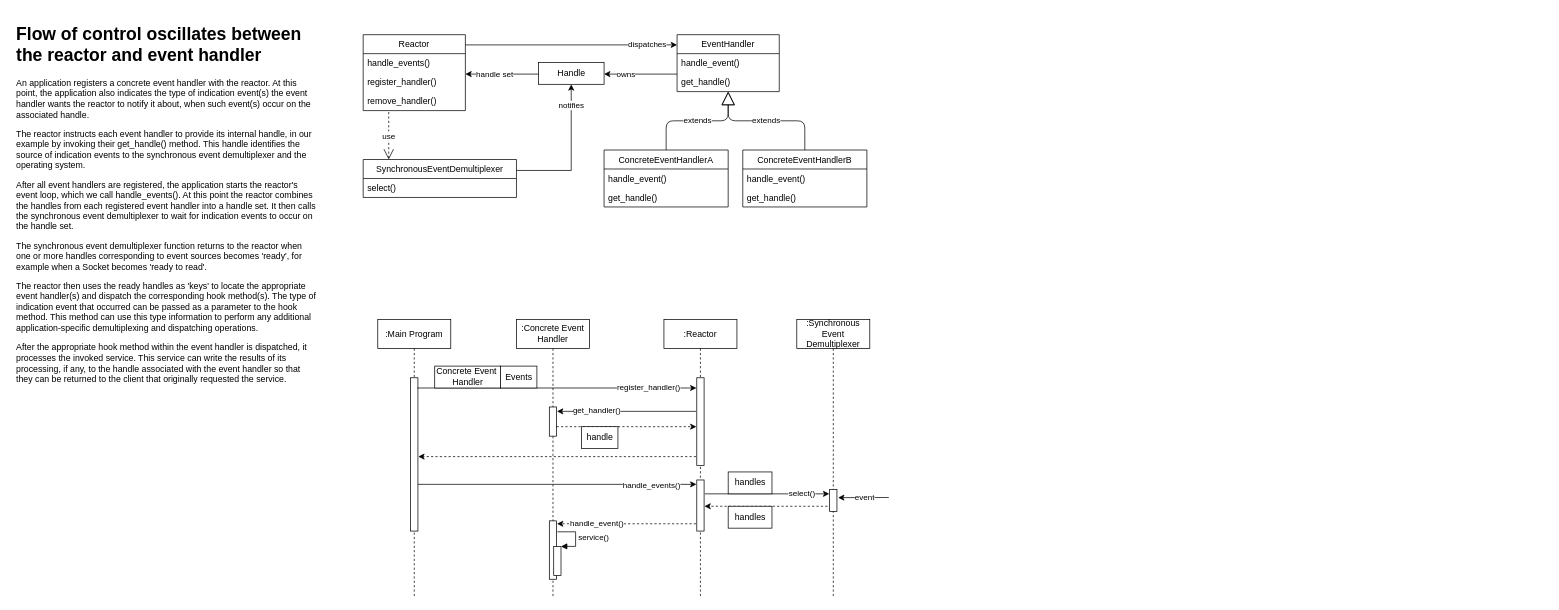
This is computer_network/network_programming/high_concurrency/patterns/event_demultiplexing_pattern/Reactor/reactor.drawio from popany/notes, a draw.io file, before an edit. Source tidied: cells renumbered, new cells numbered last; positions are measured from the earlier drawing's top-left corner, leaving out a move shared by most shapes. Both pictures are drawn from the tidied source at 73%, with x=0, y=0 at pixel (12, 20).
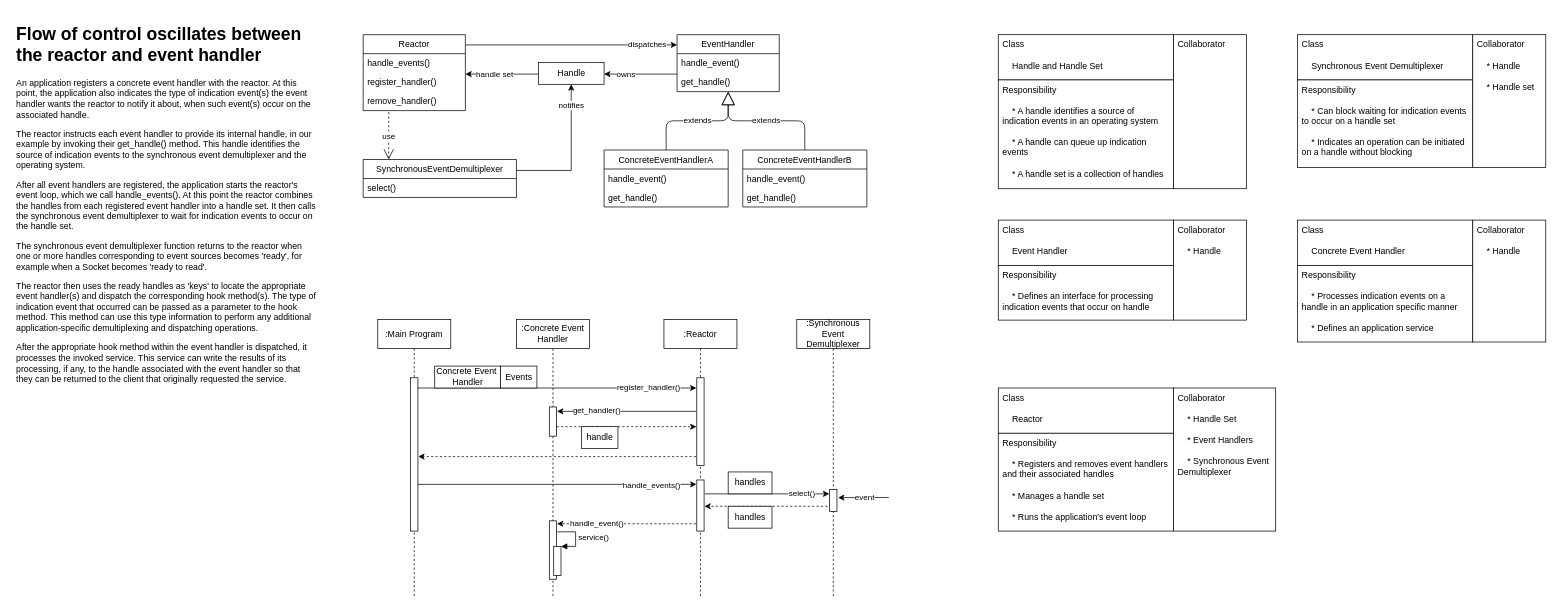
After the change.

The edit, as a diff of the source:
```diff
@@
+    <mxCell id="60" value="Class&lt;br&gt;&lt;br&gt;&amp;nbsp; &amp;nbsp; Handle and Handle Set" style="html=1;align=left;verticalAlign=top;spacingLeft=4;spacingRight=4;" parent="1" vertex="1">
+      <mxGeometry x="1350" y="20" width="240" height="62" as="geometry" />
+    </mxCell>
+    <mxCell id="61" value="Responsibility&lt;br&gt;&lt;br&gt;&amp;nbsp; &amp;nbsp; * A handle identifies a source of&lt;br&gt;indication events in an operating system&lt;br&gt;&lt;br&gt;&amp;nbsp; &amp;nbsp; * A handle can queue up indication&lt;br&gt;events&lt;br&gt;&lt;br&gt;&amp;nbsp; &amp;nbsp; * A handle set is a collection of handles" style="html=1;align=left;verticalAlign=top;spacingLeft=4;spacingRight=4;" parent="1" vertex="1">
+      <mxGeometry x="1350" y="82" width="240" height="149" as="geometry" />
+    </mxCell>
+    <mxCell id="62" value="Collaborator" style="html=1;align=left;verticalAlign=top;spacingLeft=4;spacingRight=4;" parent="1" vertex="1">
+      <mxGeometry x="1590" y="20" width="100" height="211" as="geometry" />
+    </mxCell>
+    <mxCell id="63" value="Class&lt;br&gt;&lt;br&gt;&amp;nbsp; &amp;nbsp; Synchronous Event Demultiplexer" style="html=1;align=left;verticalAlign=top;spacingLeft=4;spacingRight=4;" parent="1" vertex="1">
+      <mxGeometry x="1760" y="20" width="240" height="62" as="geometry" />
+    </mxCell>
+    <mxCell id="64" value="Responsibility&lt;br&gt;&lt;br&gt;&amp;nbsp; &amp;nbsp; * Can block waiting for indication events&lt;br&gt;to occur on a handle set&lt;br&gt;&lt;br&gt;&amp;nbsp; &amp;nbsp; * Indicates an operation can be initiated&lt;br&gt;on a handle without blocking" style="html=1;align=left;verticalAlign=top;spacingLeft=4;spacingRight=4;" parent="1" vertex="1">
+      <mxGeometry x="1760" y="82" width="240" height="120" as="geometry" />
+    </mxCell>
+    <mxCell id="65" value="Collaborator&lt;br&gt;&lt;br&gt;&amp;nbsp; &amp;nbsp; * Handle&lt;br&gt;&lt;br&gt;&amp;nbsp; &amp;nbsp; * Handle set" style="html=1;align=left;verticalAlign=top;spacingLeft=4;spacingRight=4;" parent="1" vertex="1">
+      <mxGeometry x="2000" y="20" width="100" height="182" as="geometry" />
+    </mxCell>
+    <mxCell id="66" value="Class&lt;br&gt;&lt;br&gt;&amp;nbsp; &amp;nbsp; Event Handler" style="html=1;align=left;verticalAlign=top;spacingLeft=4;spacingRight=4;" parent="1" vertex="1">
+      <mxGeometry x="1350" y="274" width="240" height="62" as="geometry" />
+    </mxCell>
+    <mxCell id="67" value="Responsibility&lt;br&gt;&lt;br&gt;&amp;nbsp; &amp;nbsp; * Defines an interface for processing&amp;nbsp;&lt;br&gt;indication events that occur on handle" style="html=1;align=left;verticalAlign=top;spacingLeft=4;spacingRight=4;" parent="1" vertex="1">
+      <mxGeometry x="1350" y="336" width="240" height="75" as="geometry" />
+    </mxCell>
+    <mxCell id="68" value="Collaborator&lt;br&gt;&lt;br&gt;&amp;nbsp; &amp;nbsp; * Handle" style="html=1;align=left;verticalAlign=top;spacingLeft=4;spacingRight=4;" parent="1" vertex="1">
+      <mxGeometry x="1590" y="274" width="100" height="137" as="geometry" />
+    </mxCell>
+    <mxCell id="69" value="Class&lt;br&gt;&lt;br&gt;&amp;nbsp; &amp;nbsp; Concrete Event Handler" style="html=1;align=left;verticalAlign=top;spacingLeft=4;spacingRight=4;" parent="1" vertex="1">
+      <mxGeometry x="1760" y="274" width="240" height="62" as="geometry" />
+    </mxCell>
+    <mxCell id="70" value="Responsibility&lt;br&gt;&lt;br&gt;&amp;nbsp; &amp;nbsp; * Processes indication events on a&lt;br&gt;handle in an application specific manner&lt;br&gt;&lt;br&gt;&amp;nbsp; &amp;nbsp; * Defines an application service" style="html=1;align=left;verticalAlign=top;spacingLeft=4;spacingRight=4;" parent="1" vertex="1">
+      <mxGeometry x="1760" y="336" width="240" height="105" as="geometry" />
+    </mxCell>
+    <mxCell id="71" value="Collaborator&lt;br&gt;&lt;br&gt;&amp;nbsp; &amp;nbsp; * Handle" style="html=1;align=left;verticalAlign=top;spacingLeft=4;spacingRight=4;" parent="1" vertex="1">
+      <mxGeometry x="2000" y="274" width="100" height="167" as="geometry" />
+    </mxCell>
+    <mxCell id="72" value="Class&lt;br&gt;&lt;br&gt;&amp;nbsp; &amp;nbsp; Reactor" style="html=1;align=left;verticalAlign=top;spacingLeft=4;spacingRight=4;" parent="1" vertex="1">
+      <mxGeometry x="1350" y="504" width="240" height="62" as="geometry" />
+    </mxCell>
+    <mxCell id="73" value="Responsibility&lt;br&gt;&lt;br&gt;&amp;nbsp; &amp;nbsp; * Registers and removes event handlers&lt;br&gt;and their associated handles&lt;br&gt;&lt;br&gt;&amp;nbsp; &amp;nbsp; * Manages a handle set&lt;br&gt;&lt;br&gt;&amp;nbsp; &amp;nbsp; * Runs the application's event loop" style="html=1;align=left;verticalAlign=top;spacingLeft=4;spacingRight=4;" parent="1" vertex="1">
+      <mxGeometry x="1350" y="566" width="240" height="134" as="geometry" />
+    </mxCell>
+    <mxCell id="74" value="Collaborator&lt;br&gt;&lt;br&gt;&amp;nbsp; &amp;nbsp; * Handle Set&lt;br&gt;&lt;br&gt;&amp;nbsp; &amp;nbsp; * Event Handlers&lt;br&gt;&lt;br&gt;&amp;nbsp; &amp;nbsp; * Synchronous Event&lt;br&gt;Demultiplexer" style="html=1;align=left;verticalAlign=top;spacingLeft=4;spacingRight=4;" parent="1" vertex="1">
+      <mxGeometry x="1590" y="504" width="140" height="196" as="geometry" />
+    </mxCell>
```
